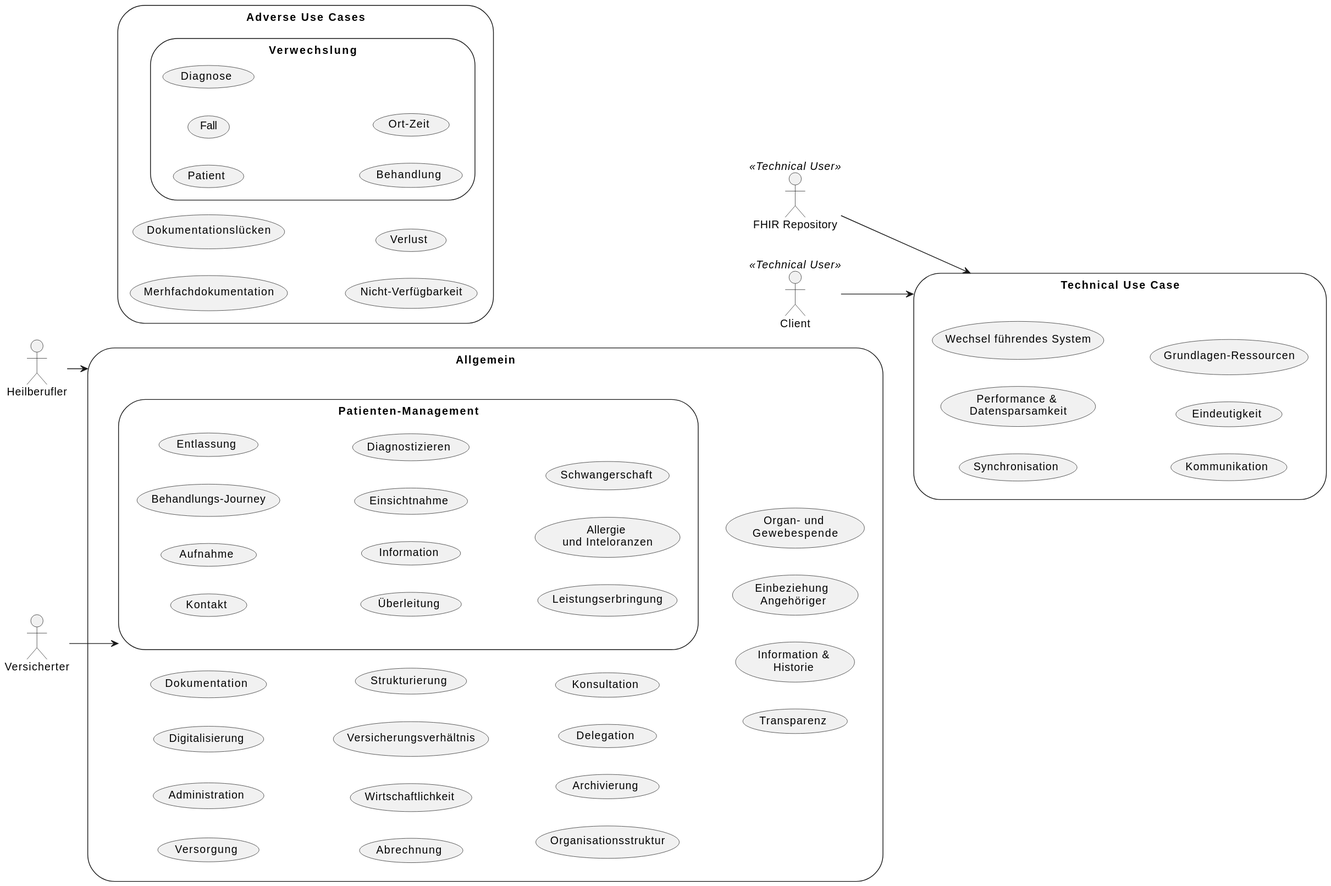
This is Material/images/diagrams/usecases.svg from gematik/spec-ISiK-Basismodul, a PlantUML export, as it was before one commit.
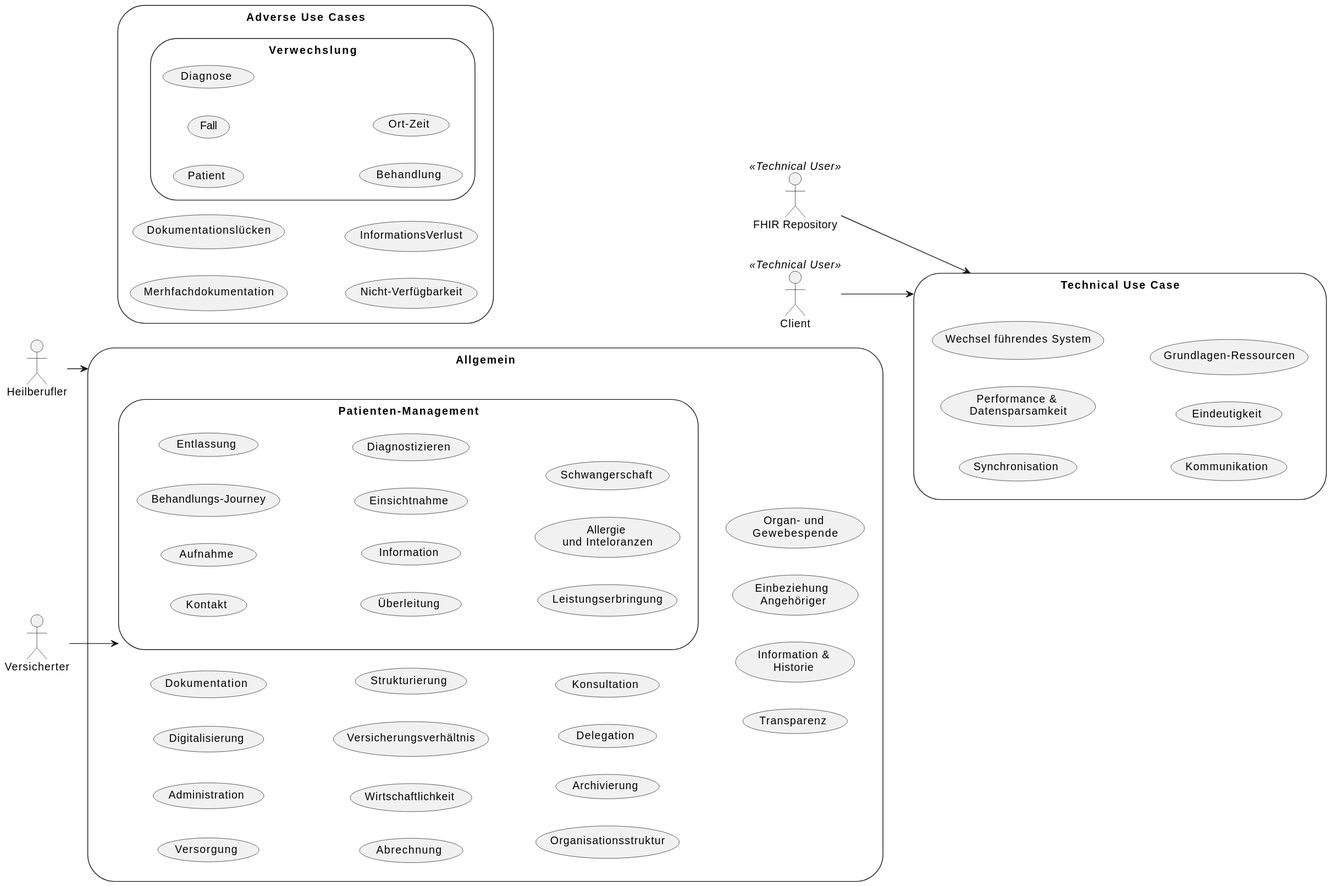
Above is the later version.

Change to the diagram source:
```diff
@@ -49,7 +49,7 @@
     (Merhfachdokumentation)
     (Dokumentationslücken)
     (Nicht-Verfügbarkeit)
-    (Verlust)
+    (InformationsVerlust)
 }
 
 storage techUC as "Technical Use Case" {
```
